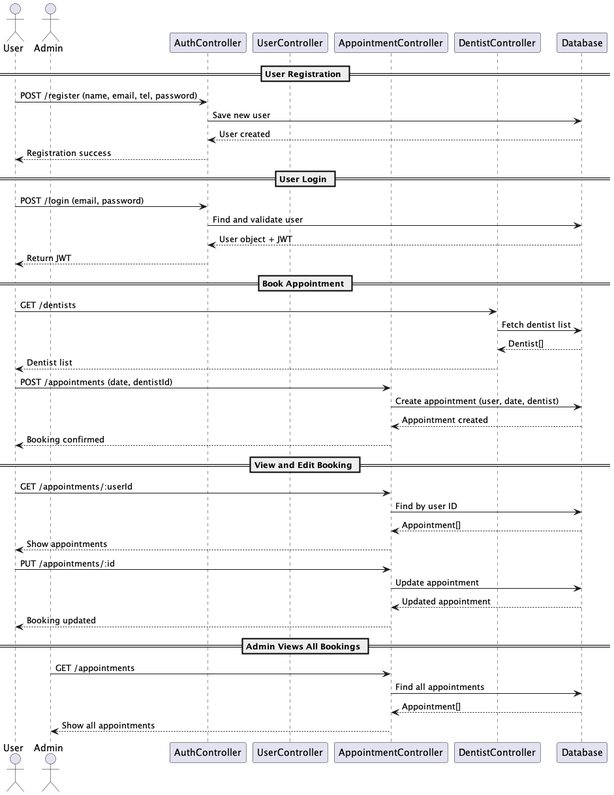
Earlier version of the PlantUML export plantuml/sequence-diagram.png (PatMSK/SWdevprac-project).
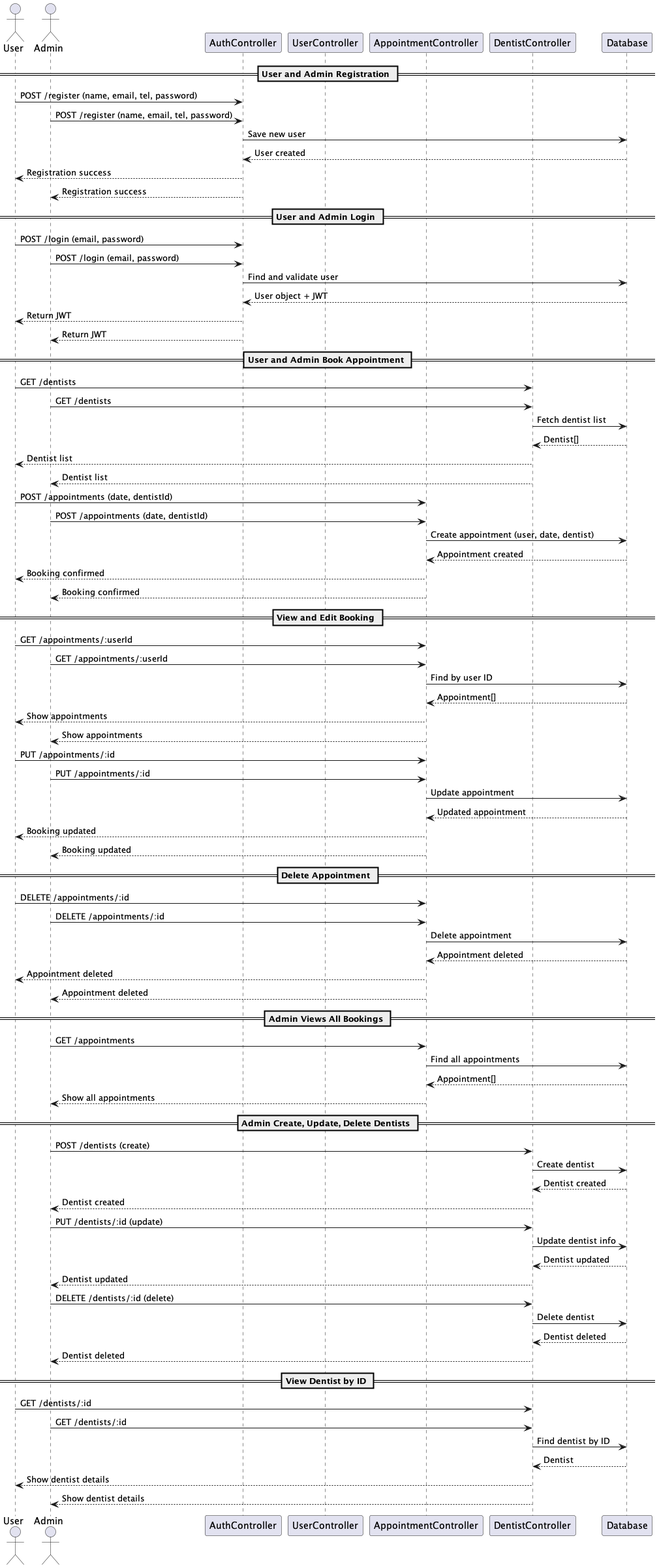
After the commit.

What changed in the source:
```diff
@@ -8,43 +8,88 @@
 participant "DentistController" as DentistCtrl
 participant "Database" as DB
 
-== User Registration ==
+== User and Admin Registration ==
 User -> Auth : POST /register (name, email, tel, password)
+Admin -> Auth : POST /register (name, email, tel, password)
 Auth -> DB : Save new user
 DB --> Auth : User created
 Auth --> User : Registration success
+Auth --> Admin : Registration success
 
-== User Login ==
+== User and Admin Login ==
 User -> Auth : POST /login (email, password)
+Admin -> Auth : POST /login (email, password)
 Auth -> DB : Find and validate user
 DB --> Auth : User object + JWT
 Auth --> User : Return JWT
+Auth --> Admin : Return JWT
 
-== Book Appointment ==
+== User and Admin Book Appointment ==
 User -> DentistCtrl : GET /dentists
+Admin -> DentistCtrl : GET /dentists
 DentistCtrl -> DB : Fetch dentist list
 DB --> DentistCtrl : Dentist[]
 DentistCtrl --> User : Dentist list
+DentistCtrl --> Admin : Dentist list
 
 User -> ApptCtrl : POST /appointments (date, dentistId)
+Admin -> ApptCtrl : POST /appointments (date, dentistId)
 ApptCtrl -> DB : Create appointment (user, date, dentist)
 DB --> ApptCtrl : Appointment created
 ApptCtrl --> User : Booking confirmed
+ApptCtrl --> Admin : Booking confirmed
 
 == View and Edit Booking ==
 User -> ApptCtrl : GET /appointments/:userId
+Admin -> ApptCtrl : GET /appointments/:userId
 ApptCtrl -> DB : Find by user ID
 DB --> ApptCtrl : Appointment[]
 ApptCtrl --> User : Show appointments
+ApptCtrl --> Admin : Show appointments
 
 User -> ApptCtrl : PUT /appointments/:id
+Admin -> ApptCtrl : PUT /appointments/:id
 ApptCtrl -> DB : Update appointment
 DB --> ApptCtrl : Updated appointment
 ApptCtrl --> User : Booking updated
+ApptCtrl --> Admin : Booking updated
+
+== Delete Appointment ==
+User -> ApptCtrl : DELETE /appointments/:id
+Admin -> ApptCtrl : DELETE /appointments/:id
+ApptCtrl -> DB : Delete appointment
+DB --> ApptCtrl : Appointment deleted
+ApptCtrl --> User : Appointment deleted
+ApptCtrl --> Admin : Appointment deleted
 
 == Admin Views All Bookings ==
 Admin -> ApptCtrl : GET /appointments
 ApptCtrl -> DB : Find all appointments
 DB --> ApptCtrl : Appointment[]
 ApptCtrl --> Admin : Show all appointments
+
+== Admin Create, Update, Delete Dentists ==
+Admin -> DentistCtrl : POST /dentists (create)
+DentistCtrl -> DB : Create dentist
+DB --> DentistCtrl : Dentist created
+DentistCtrl --> Admin : Dentist created
+
+Admin -> DentistCtrl : PUT /dentists/:id (update)
+DentistCtrl -> DB : Update dentist info
+DB --> DentistCtrl : Dentist updated
+DentistCtrl --> Admin : Dentist updated
+
+Admin -> DentistCtrl : DELETE /dentists/:id (delete)
+DentistCtrl -> DB : Delete dentist
+DB --> DentistCtrl : Dentist deleted
+DentistCtrl --> Admin : Dentist deleted
+
+== View Dentist by ID ==
+User -> DentistCtrl : GET /dentists/:id
+Admin -> DentistCtrl : GET /dentists/:id
+DentistCtrl -> DB : Find dentist by ID
+DB --> DentistCtrl : Dentist
+DentistCtrl --> User : Show dentist details
+DentistCtrl --> Admin : Show dentist details
+
 @enduml
```
